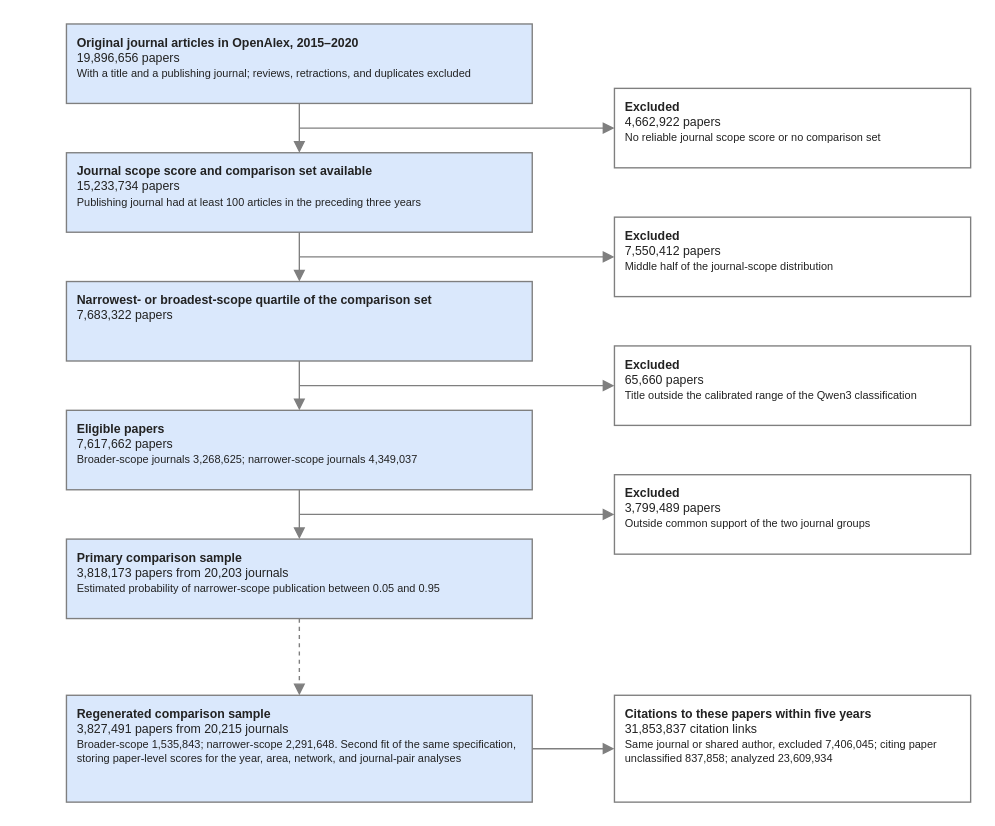
Before: figures/supplementary_figure_s1_sample_construction.drawio in Wang-Haining/reach, a draw.io diagram. Source tidied: cells renumbered, new cells numbered last; positions are measured from the earlier drawing's top-left corner, leaving out a move shared by most shapes. Both pictures are drawn from the tidied source at 137%, with x=0, y=0 at pixel (66, 23).
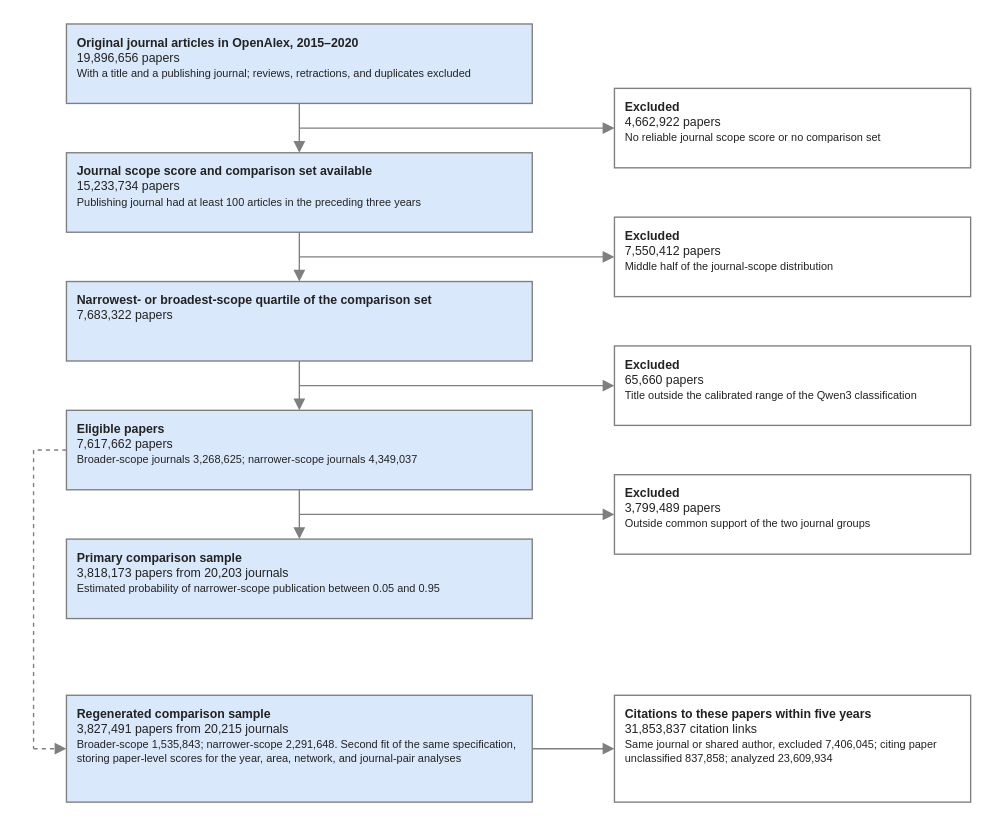
The same diagram, later.

The edit, as a diff of the source:
```diff
@@
-    <mxCell id="21" style="endArrow=block;endFill=1;html=1;strokeColor=#7F7F7F;strokeWidth=1;rounded=0;dashed=1;" parent="1" edge="1">
+    <mxCell id="21" style="endArrow=none;html=1;strokeColor=#7F7F7F;strokeWidth=1;rounded=0;dashed=1;" parent="1" edge="1">
       <mxGeometry relative="1" as="geometry">
-        <mxPoint x="170" y="434" as="sourcePoint" />
-        <mxPoint x="170" y="490" as="targetPoint" />
+        <mxPoint y="311" as="sourcePoint" />
+        <mxPoint x="-24" y="311" as="targetPoint" />
       </mxGeometry>
     </mxCell>
-    <mxCell id="22" style="endArrow=block;endFill=1;html=1;strokeColor=#7F7F7F;strokeWidth=1;rounded=0;" parent="1" edge="1">
+    <mxCell id="22" style="endArrow=none;html=1;strokeColor=#7F7F7F;strokeWidth=1;rounded=0;dashed=1;" parent="1" edge="1">
       <mxGeometry relative="1" as="geometry">
-        <mxPoint x="340" y="529" as="sourcePoint" />
-        <mxPoint x="400" y="529" as="targetPoint" />
+        <mxPoint x="-24" y="311" as="sourcePoint" />
+        <mxPoint x="-24" y="529" as="targetPoint" />
       </mxGeometry>
     </mxCell>
+    <mxCell id="23" style="endArrow=block;endFill=1;html=1;strokeColor=#7F7F7F;strokeWidth=1;rounded=0;dashed=1;" parent="1" edge="1">
+      <mxGeometry relative="1" as="geometry">
+        <mxPoint x="-24" y="529" as="sourcePoint" />
+        <mxPoint y="529" as="targetPoint" />
+      </mxGeometry>
+    </mxCell>
+    <mxCell id="24" style="endArrow=block;endFill=1;html=1;strokeColor=#7F7F7F;strokeWidth=1;rounded=0;" parent="1" edge="1">
+      <mxGeometry relative="1" as="geometry">
+        <mxPoint x="340" y="529" as="sourcePoint" />
+        <mxPoint x="400" y="529" as="targetPoint" />
+      </mxGeometry>
+    </mxCell>
```
